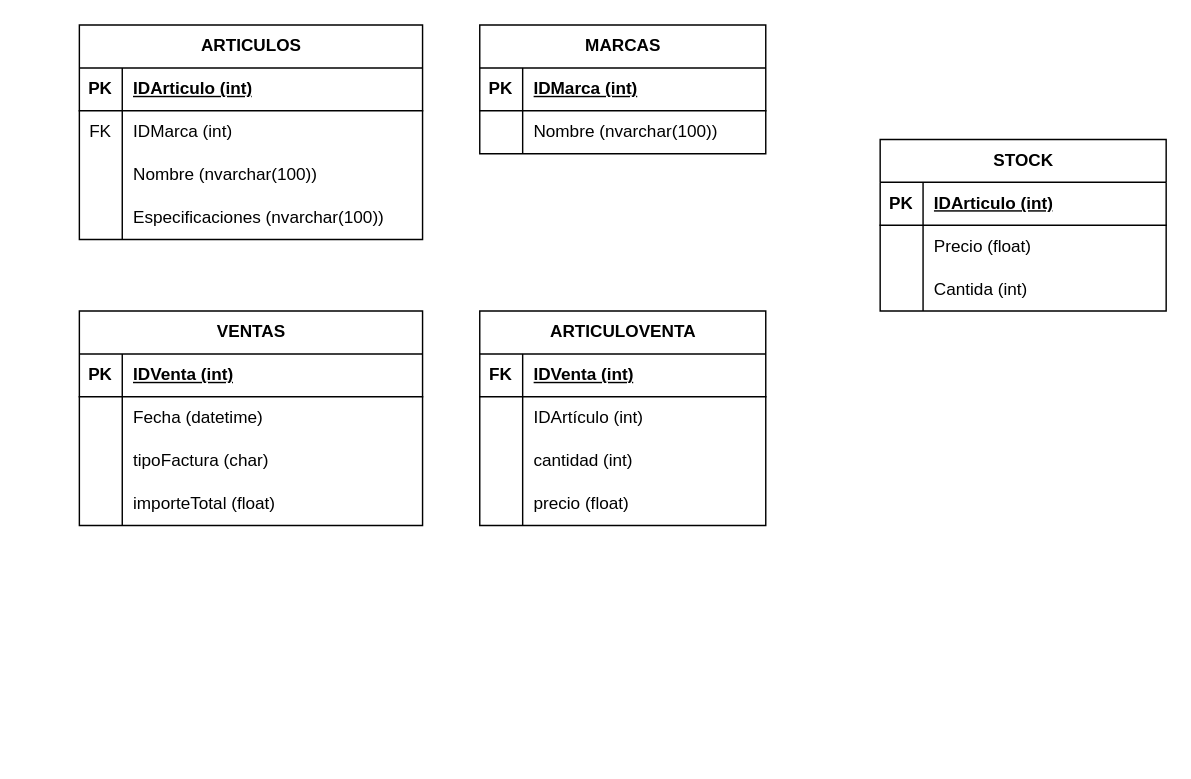
Above: TP Integrador BDII.drawio in Salchy/TP-integrador-dbii (draw.io), before the change. Source tidied: cells renumbered, new cells numbered last; positions are measured from the earlier drawing's top-left corner, leaving out a move shared by most shapes. Both pictures are drawn from the tidied source at 143%, with x=0, y=0 at pixel (79, 24).
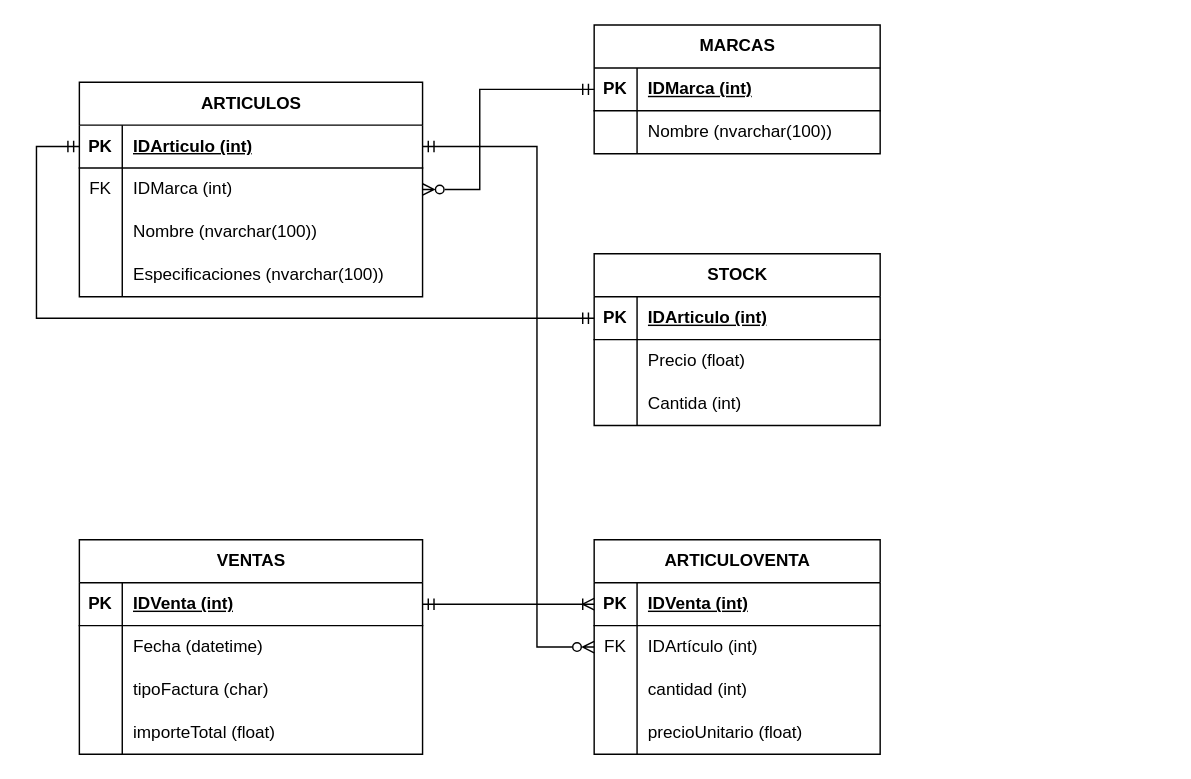
After the change.

Commit message (it also covers changes not shown here):
Diagrama Entidar Relación

Unchanged cells that the change refers to:
```xml
<mxCell id="3" style="shape=tableRow;horizontal=0;startSize=0;swimlaneHead=0;swimlaneBody=0;fillColor=none;points=[[0,0.5],[1,0.5]];portConstraint=eastwest;top=0;left=0;right=0;bottom=1;" parent="2" vertex="1">
  <mxGeometry y="30" width="240" height="30" as="geometry" />
</mxCell>
<mxCell id="6" style="shape=tableRow;horizontal=0;startSize=0;swimlaneHead=0;swimlaneBody=0;fillColor=none;points=[[0,0.5],[1,0.5]];portConstraint=eastwest;top=0;left=0;right=0;bottom=0;" parent="2" vertex="1">
  <mxGeometry y="60" width="240" height="30" as="geometry" />
</mxCell>
<mxCell id="16" style="shape=tableRow;horizontal=0;startSize=0;swimlaneHead=0;swimlaneBody=0;fillColor=none;points=[[0,0.5],[1,0.5]];portConstraint=eastwest;top=0;left=0;right=0;bottom=1;" parent="15" vertex="1">
  <mxGeometry y="30" width="200" height="30" as="geometry" />
</mxCell>
<mxCell id="23" style="shape=tableRow;horizontal=0;startSize=0;swimlaneHead=0;swimlaneBody=0;fillColor=none;points=[[0,0.5],[1,0.5]];portConstraint=eastwest;top=0;left=0;right=0;bottom=1;" parent="22" vertex="1">
  <mxGeometry y="30" width="240" height="30" as="geometry" />
</mxCell>
<mxCell id="36" style="shape=tableRow;horizontal=0;startSize=0;swimlaneHead=0;swimlaneBody=0;fillColor=none;points=[[0,0.5],[1,0.5]];portConstraint=eastwest;top=0;left=0;right=0;bottom=1;" parent="35" vertex="1">
  <mxGeometry y="30" width="200" height="30" as="geometry" />
</mxCell>
<mxCell id="39" style="shape=tableRow;horizontal=0;startSize=0;swimlaneHead=0;swimlaneBody=0;fillColor=none;points=[[0,0.5],[1,0.5]];portConstraint=eastwest;top=0;left=0;right=0;bottom=0;" parent="35" vertex="1">
  <mxGeometry y="60" width="200" height="30" as="geometry" />
</mxCell>
<mxCell id="45" style="shape=tableRow;horizontal=0;startSize=0;swimlaneHead=0;swimlaneBody=0;fillColor=none;top=0;left=0;right=0;bottom=0;" parent="35" vertex="1">
  <mxGeometry y="120" width="200" height="30" as="geometry" />
</mxCell>
<mxCell id="49" style="shape=tableRow;horizontal=0;startSize=0;swimlaneHead=0;swimlaneBody=0;fillColor=none;points=[[0,0.5],[1,0.5]];portConstraint=eastwest;top=0;left=0;right=0;bottom=1;" parent="48" vertex="1">
  <mxGeometry y="30" width="200" height="30" as="geometry" />
</mxCell>
```

What changed in the source:
```diff
@@
     <mxCell id="2" value="ARTICULOS" style="shape=table;startSize=30;childLayout=tableLayout;rowLines=0;fontStyle=1;align=center;html=1;" parent="1" vertex="1">
-      <mxGeometry width="240" height="150" as="geometry" />
+      <mxGeometry y="40" width="240" height="150" as="geometry" />
     </mxCell>
@@
     <mxCell id="15" value="MARCAS" style="shape=table;startSize=30;childLayout=tableLayout;rowLines=0;fontStyle=1;align=center;html=1;" parent="1" vertex="1">
-      <mxGeometry x="280" width="200" height="90" as="geometry" />
+      <mxGeometry x="360" width="200" height="90" as="geometry" />
     </mxCell>
@@
     <mxCell id="22" value="VENTAS" style="shape=table;startSize=30;childLayout=tableLayout;rowLines=0;fontStyle=1;align=center;html=1;" parent="1" vertex="1">
-      <mxGeometry y="200" width="240" height="150" as="geometry" />
+      <mxGeometry y="360" width="240" height="150" as="geometry" />
     </mxCell>
@@
     <mxCell id="35" value="ARTICULOVENTA" style="shape=table;startSize=30;childLayout=tableLayout;rowLines=0;fontStyle=1;align=center;html=1;" parent="1" vertex="1">
-      <mxGeometry x="280" y="200" width="200" height="150" as="geometry" />
+      <mxGeometry x="360" y="360" width="200" height="150" as="geometry" />
     </mxCell>
@@
-    <mxCell id="37" value="FK" style="shape=partialRectangle;fillColor=none;top=0;left=0;bottom=0;right=0;fontStyle=1;overflow=hidden;whiteSpace=wrap;html=1;" parent="36" vertex="1">
+    <mxCell id="37" value="PK" style="shape=partialRectangle;fillColor=none;top=0;left=0;bottom=0;right=0;fontStyle=1;overflow=hidden;whiteSpace=wrap;html=1;" parent="36" vertex="1">
       <mxGeometry width="30" height="30" as="geometry" />
     </mxCell>
@@
-    <mxCell id="40" style="shape=partialRectangle;fillColor=none;top=0;left=0;bottom=0;right=0;overflow=hidden;whiteSpace=wrap;html=1;" parent="39" vertex="1">
+    <mxCell id="40" value="FK" style="shape=partialRectangle;fillColor=none;top=0;left=0;bottom=0;right=0;overflow=hidden;whiteSpace=wrap;html=1;" parent="39" vertex="1">
       <mxGeometry width="30" height="30" as="geometry" />
     </mxCell>
@@
-    <mxCell id="47" value="precio (float)" style="shape=partialRectangle;fillColor=none;top=0;left=0;bottom=0;right=0;align=left;spacingLeft=6;overflow=hidden;whiteSpace=wrap;html=1;" parent="45" vertex="1">
+    <mxCell id="47" value="precioUnitario (float)" style="shape=partialRectangle;fillColor=none;top=0;left=0;bottom=0;right=0;align=left;spacingLeft=6;overflow=hidden;whiteSpace=wrap;html=1;" parent="45" vertex="1">
       <mxGeometry x="30" width="170" height="30" as="geometry" />
     </mxCell>
     <mxCell id="48" value="STOCK" style="shape=table;startSize=30;childLayout=tableLayout;rowLines=0;fontStyle=1;align=center;html=1;" parent="1" vertex="1">
-      <mxGeometry x="560" y="80" width="200" height="120" as="geometry" />
+      <mxGeometry x="360" y="160" width="200" height="120" as="geometry" />
     </mxCell>
@@
+    <mxCell id="58" style="edgeStyle=orthogonalEdgeStyle;fontSize=12;html=1;endArrow=ERzeroToMany;startArrow=ERmandOne;rounded=0;exitX=1;exitY=0.5;exitDx=0;exitDy=0;entryX=0;entryY=0.5;entryDx=0;entryDy=0;endFill=0;" parent="1" edge="1" source="3" target="39">
+      <mxGeometry relative="1" as="geometry">
+        <Array as="points">
+          <mxPoint x="320" y="85" />
+          <mxPoint x="320" y="435" />
+        </Array>
+      </mxGeometry>
+    </mxCell>
+    <mxCell id="59" style="edgeStyle=entityRelationEdgeStyle;fontSize=12;html=1;endArrow=ERoneToMany;startArrow=ERmandOne;rounded=0;exitX=1;exitY=0.5;exitDx=0;exitDy=0;entryX=0;entryY=0.5;entryDx=0;entryDy=0;endFill=0;" parent="1" edge="1" source="23" target="36">
+      <mxGeometry relative="1" as="geometry" />
+    </mxCell>
+    <mxCell id="60" style="edgeStyle=orthogonalEdgeStyle;fontSize=12;html=1;endArrow=ERmandOne;startArrow=ERzeroToMany;rounded=0;entryX=0;entryY=0.5;entryDx=0;entryDy=0;exitX=1;exitY=0.5;exitDx=0;exitDy=0;startFill=0;endFill=0;" parent="1" edge="1" source="6" target="16">
+      <mxGeometry relative="1" as="geometry">
+        <Array as="points">
+          <mxPoint x="280" y="115" />
+          <mxPoint x="280" y="45" />
+        </Array>
+      </mxGeometry>
+    </mxCell>
+    <mxCell id="61" style="edgeStyle=orthogonalEdgeStyle;fontSize=12;html=1;endArrow=ERmandOne;endFill=0;rounded=0;entryX=0;entryY=0.5;entryDx=0;entryDy=0;startArrow=ERmandOne;startFill=0;" parent="1" edge="1" source="49" target="3">
+      <mxGeometry relative="1" as="geometry">
+        <Array as="points">
+          <mxPoint x="-30" y="205" />
+          <mxPoint x="-30" y="85" />
+        </Array>
+      </mxGeometry>
+    </mxCell>
```
